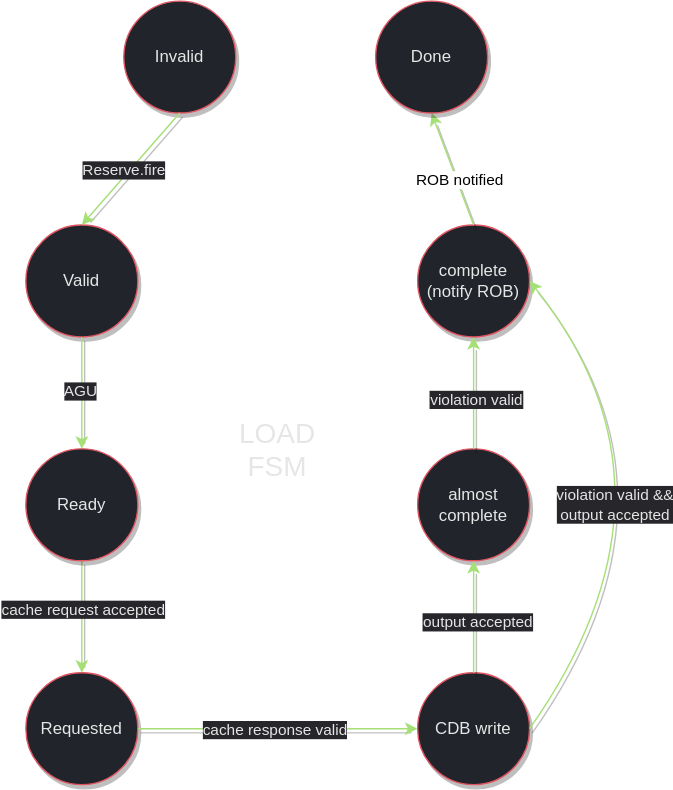
HakamAtassi/ChaosCore keeps this draw.io diagram as docs/Core Architecture/img/ChaosCore-MOB.drawio.svg. Above is the earlier version. Source tidied: cells renumbered, new cells last; positions are measured from the earlier drawing's top-left corner, leaving out a move shared by most shapes.
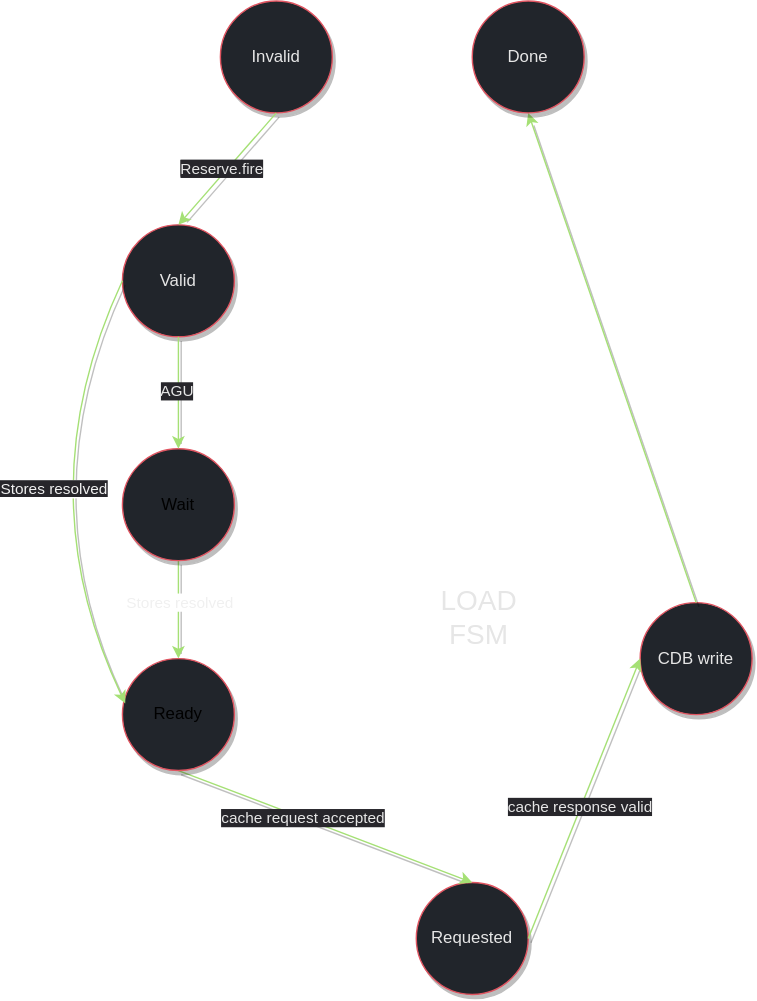
Above is the later version.

Diff of the diagram source:
```diff
@@ -5,31 +5,27 @@
     <mxCell id="2" value="&lt;font color=&quot;#e6e6e6&quot;&gt;Valid&lt;/font&gt;" style="ellipse;whiteSpace=wrap;html=1;strokeColor=#E05561;fillColor=#21252B;shadow=1;" parent="1" vertex="1">
       <mxGeometry y="160" width="80" height="80" as="geometry" />
     </mxCell>
-    <mxCell id="3" value="&lt;font color=&quot;#e6e6e6&quot;&gt;complete&lt;/font&gt;&lt;div&gt;&lt;font color=&quot;#e6e6e6&quot;&gt;(notify ROB)&lt;/font&gt;&lt;/div&gt;" style="ellipse;whiteSpace=wrap;html=1;strokeColor=#E05561;fillColor=#21252B;shadow=1;" parent="1" vertex="1">
-      <mxGeometry x="280" y="160" width="80" height="80" as="geometry" />
-    </mxCell>
     <mxCell id="4" value="&lt;font color=&quot;#e6e6e6&quot;&gt;Requested&lt;/font&gt;" style="ellipse;whiteSpace=wrap;html=1;strokeColor=#E05561;fillColor=#21252B;shadow=1;" parent="1" vertex="1">
-      <mxGeometry y="480" width="80" height="80" as="geometry" />
+      <mxGeometry x="210" y="630" width="80" height="80" as="geometry" />
     </mxCell>
     <mxCell id="5" value="&lt;font color=&quot;#e6e6e6&quot;&gt;CDB write&lt;/font&gt;" style="ellipse;whiteSpace=wrap;html=1;strokeColor=#E05561;fillColor=#21252B;shadow=1;" parent="1" vertex="1">
-      <mxGeometry x="280" y="480" width="80" height="80" as="geometry" />
+      <mxGeometry x="370" y="430" width="80" height="80" as="geometry" />
     </mxCell>
-    <mxCell id="6" value="&lt;font color=&quot;#e6e6e6&quot;&gt;almost complete&lt;/font&gt;" style="ellipse;whiteSpace=wrap;html=1;strokeColor=#E05561;fillColor=#21252B;shadow=1;" parent="1" vertex="1">
-      <mxGeometry x="280" y="320" width="80" height="80" as="geometry" />
-    </mxCell>
     <mxCell id="7" value="&lt;font color=&quot;#e6e6e6&quot;&gt;Invalid&lt;/font&gt;" style="ellipse;whiteSpace=wrap;html=1;strokeColor=#E05561;fillColor=#21252B;shadow=1;" parent="1" vertex="1">
       <mxGeometry x="70" width="80" height="80" as="geometry" />
     </mxCell>
     <mxCell id="8" style="endArrow=classic;html=1;rounded=0;entryX=0.5;entryY=0;entryDx=0;entryDy=0;exitX=0.5;exitY=1;exitDx=0;exitDy=0;strokeColor=#A5E075;curved=1;shadow=1;" parent="1" edge="1" source="7" target="2">
       <mxGeometry relative="1" as="geometry" />
     </mxCell>
-    <mxCell id="9" value="&lt;font color=&quot;#e6e6e6&quot;&gt;Reserve.fire&lt;/font&gt;" style="edgeLabel;html=1;align=center;verticalAlign=middle;labelBackgroundColor=#27262B;" parent="8" vertex="1">
+    <mxCell id="9" value="&lt;font style=&quot;background-color: rgb(39, 38, 43);&quot; color=&quot;#e6e6e6&quot;&gt;Reserve.fire&lt;/font&gt;" style="edgeLabel;html=1;align=center;verticalAlign=middle;labelBackgroundColor=#27262B;" parent="8" vertex="1">
       <mxGeometry x="-0.31" y="-1" relative="1" as="geometry">
         <mxPoint x="-15" y="13" as="offset" />
       </mxGeometry>
     </mxCell>
-    <mxCell id="10" style="endArrow=classic;html=1;rounded=0;exitX=0.5;exitY=1;exitDx=0;exitDy=0;entryX=0.5;entryY=0;entryDx=0;entryDy=0;strokeColor=#A5E075;shadow=1;" parent="1" edge="1" source="20" target="4">
-      <mxGeometry relative="1" as="geometry" />
+    <mxCell id="10" style="endArrow=classic;html=1;rounded=0;exitX=0.5;exitY=1;exitDx=0;exitDy=0;entryX=0.5;entryY=0;entryDx=0;entryDy=0;strokeColor=#A5E075;shadow=1;" parent="1" edge="1" target="4">
+      <mxGeometry relative="1" as="geometry">
+        <mxPoint x="40" y="550" as="sourcePoint" />
+      </mxGeometry>
     </mxCell>
     <mxCell id="11" value="&lt;font color=&quot;#e6e6e6&quot;&gt;cache request accepted&lt;/font&gt;" style="edgeLabel;html=1;align=center;verticalAlign=middle;labelBackgroundColor=#27262B;" parent="10" vertex="1">
       <mxGeometry x="-0.16" relative="1" as="geometry" />
@@ -42,29 +38,18 @@
         <mxPoint x="1" y="3" as="offset" />
       </mxGeometry>
     </mxCell>
-    <mxCell id="14" style="endArrow=classic;html=1;rounded=0;exitX=0.5;exitY=0;exitDx=0;exitDy=0;entryX=0.5;entryY=1;entryDx=0;entryDy=0;strokeColor=#A5E075;shadow=1;" parent="1" edge="1" source="5" target="6">
-      <mxGeometry relative="1" as="geometry" />
-    </mxCell>
-    <mxCell id="15" value="&lt;font color=&quot;#e6e6e6&quot;&gt;output accepted&lt;/font&gt;" style="edgeLabel;html=1;align=center;verticalAlign=middle;labelBackgroundColor=#27262B;" parent="14" vertex="1">
-      <mxGeometry x="-0.06" y="-2" relative="1" as="geometry">
-        <mxPoint y="1" as="offset" />
-      </mxGeometry>
-    </mxCell>
-    <mxCell id="16" style="endArrow=classic;html=1;rounded=0;exitX=0.5;exitY=0;exitDx=0;exitDy=0;entryX=0.5;entryY=1;entryDx=0;entryDy=0;strokeColor=#A5E075;shadow=1;" parent="1" edge="1" source="6" target="3">
+    <mxCell id="16" style="endArrow=classic;html=1;rounded=0;exitX=0.5;exitY=1;exitDx=0;exitDy=0;entryX=0.5;entryY=0;entryDx=0;entryDy=0;strokeColor=#A5E075;shadow=1;" parent="1" edge="1" source="20" target="28">
       <mxGeometry relative="1" as="geometry" />
     </mxCell>
-    <mxCell id="17" value="&lt;font color=&quot;#e6e6e6&quot;&gt;violation valid&lt;/font&gt;" style="edgeLabel;html=1;align=center;verticalAlign=middle;labelBackgroundColor=#27262B;" parent="16" vertex="1">
-      <mxGeometry x="-0.07" y="-1" relative="1" as="geometry">
-        <mxPoint y="1" as="offset" />
-      </mxGeometry>
-    </mxCell>
+    <mxCell id="27" value="Stores resolved" style="edgeLabel;html=1;align=center;verticalAlign=middle;fontColor=#F0F0F0;" parent="16" vertex="1">
+      <mxGeometry x="-0.31" relative="1" as="geometry">
+        <mxPoint y="6" as="offset" />
+      </mxGeometry>
+    </mxCell>
-    <mxCell id="18" style="endArrow=classic;html=1;rounded=0;exitX=0.5;exitY=0;exitDx=0;exitDy=0;strokeColor=#A5E075;entryX=0.5;entryY=1;entryDx=0;entryDy=0;shadow=1;" parent="1" edge="1" source="3" target="26">
+    <mxCell id="18" style="endArrow=classic;html=1;rounded=0;exitX=0.5;exitY=0;exitDx=0;exitDy=0;strokeColor=#A5E075;entryX=0.5;entryY=1;entryDx=0;entryDy=0;shadow=1;" parent="1" edge="1" source="5" target="26">
       <mxGeometry relative="1" as="geometry" />
     </mxCell>
-    <mxCell id="19" value="ROB notified" style="edgeLabel;html=1;align=center;verticalAlign=middle;" parent="18" vertex="1">
-      <mxGeometry x="-0.21" y="-2" relative="1" as="geometry" />
-    </mxCell>
-    <mxCell id="20" value="&lt;font color=&quot;#e6e6e6&quot;&gt;Ready&lt;/font&gt;" style="ellipse;whiteSpace=wrap;html=1;strokeColor=#E05561;fillColor=#21252B;shadow=1;" parent="1" vertex="1">
+    <mxCell id="20" value="Wait" style="ellipse;whiteSpace=wrap;html=1;strokeColor=#E05561;fillColor=#21252B;shadow=1;" parent="1" vertex="1">
       <mxGeometry y="320" width="80" height="80" as="geometry" />
     </mxCell>
     <mxCell id="21" style="endArrow=classic;html=1;rounded=0;exitX=0.5;exitY=1;exitDx=0;exitDy=0;entryX=0.5;entryY=0;entryDx=0;entryDy=0;strokeColor=#A5E075;shadow=1;" parent="1" edge="1" source="2" target="20">
@@ -74,22 +59,25 @@
       <mxGeometry x="-0.04" y="-2" relative="1" as="geometry" />
     </mxCell>
     <mxCell id="23" value="&lt;span style=&quot;color: rgb(230, 230, 230);&quot;&gt;&lt;font style=&quot;font-size: 20px;&quot;&gt;LOAD FSM&lt;/font&gt;&lt;/span&gt;" style="text;html=1;strokeColor=none;fillColor=none;align=center;verticalAlign=middle;whiteSpace=wrap;rounded=0;" parent="1" vertex="1">
-      <mxGeometry x="135" y="290" width="90" height="60" as="geometry" />
+      <mxGeometry x="210" y="410" width="90" height="60" as="geometry" />
     </mxCell>
-    <mxCell id="24" style="endArrow=classic;html=1;exitX=1;exitY=0.5;exitDx=0;exitDy=0;entryX=1;entryY=0.5;entryDx=0;entryDy=0;strokeColor=#A5E075;curved=1;shadow=1;" parent="1" edge="1" source="5" target="3">
-      <mxGeometry relative="1" as="geometry">
-        <Array as="points">
-          <mxPoint x="480" y="350" />
-        </Array>
-      </mxGeometry>
-    </mxCell>
-    <mxCell id="25" value="&lt;font color=&quot;#e6e6e6&quot;&gt;violation valid &amp;amp;&amp;amp; &lt;br&gt;output accepted&lt;/font&gt;" style="edgeLabel;html=1;align=center;verticalAlign=middle;labelBackgroundColor=#27262B;" parent="24" vertex="1">
-      <mxGeometry x="-0.06" y="-2" relative="1" as="geometry">
-        <mxPoint x="-50" y="-8" as="offset" />
-      </mxGeometry>
-    </mxCell>
     <mxCell id="26" value="&lt;font color=&quot;#e6e6e6&quot;&gt;Done&lt;/font&gt;" style="ellipse;whiteSpace=wrap;html=1;strokeColor=#E05561;fillColor=#21252B;shadow=1;" parent="1" vertex="1">
       <mxGeometry x="250" width="80" height="80" as="geometry" />
     </mxCell>
+    <mxCell id="28" value="Ready" style="ellipse;whiteSpace=wrap;html=1;strokeColor=#E05561;fillColor=#21252B;shadow=1;" parent="1" vertex="1">
+      <mxGeometry y="470" width="80" height="80" as="geometry" />
+    </mxCell>
+    <mxCell id="29" style="endArrow=classic;html=1;exitX=0;exitY=0.5;exitDx=0;exitDy=0;entryX=0.025;entryY=0.4;entryDx=0;entryDy=0;strokeColor=#A5E075;shadow=1;entryPerimeter=0;curved=1;" parent="1" edge="1" source="2" target="28">
+      <mxGeometry relative="1" as="geometry">
+        <Array as="points">
+          <mxPoint x="-70" y="350" />
+        </Array>
+      </mxGeometry>
+    </mxCell>
+    <mxCell id="30" value="&lt;span style=&quot;background-color: rgb(39, 38, 43);&quot;&gt;Stores resolved&lt;/span&gt;" style="edgeLabel;align=center;verticalAlign=middle;fontColor=#F0F0F0;html=1;" parent="29" vertex="1">
+      <mxGeometry x="-0.11" y="33" relative="1" as="geometry">
+        <mxPoint x="-17" as="offset" />
+      </mxGeometry>
+    </mxCell>
   </root>
 </mxGraphModel>
```
